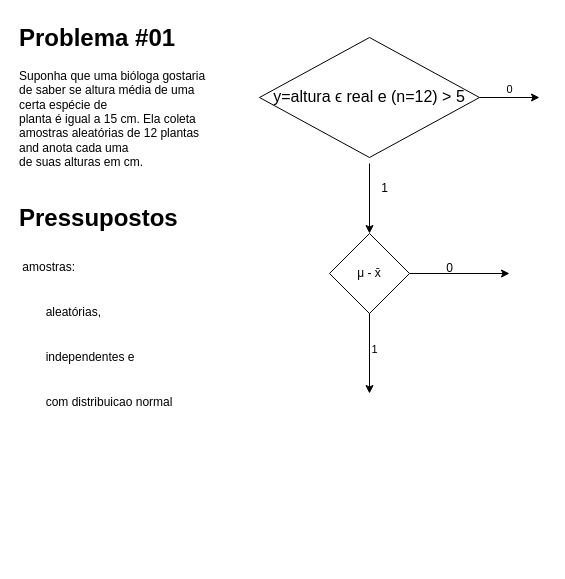
This is diagrams/Untitled Diagram.drawio from stick35em10/Exemplos_para_os_Testes_de_Hip-teses, a draw.io file, before an edit. Source tidied: cells renumbered, new cells numbered last; positions are measured from the earlier drawing's top-left corner, leaving out a move shared by most shapes. Both pictures are drawn from the tidied source at 100%, with x=0, y=0 at pixel (17, 17).
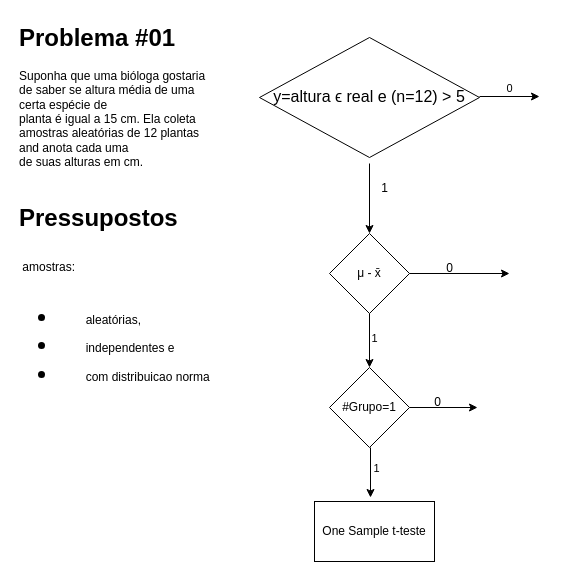
Above is the later version.

The change refers to these unchanged cells:
```xml
<mxCell id="7" value="μ - x̄" style="rhombus;whiteSpace=wrap;html=1;" parent="1" vertex="1">
  <mxGeometry x="312" y="216" width="80" height="80" as="geometry" />
</mxCell>
```

Diff of the diagram source:
```diff
@@
     <mxCell id="3" style="endArrow=classic;html=1;rounded=0;exitX=1;exitY=0.5;exitDx=0;exitDy=0;" parent="1" edge="1">
       <mxGeometry relative="1" as="geometry">
-        <mxPoint x="462" y="80" as="sourcePoint" />
-        <mxPoint x="522" y="80" as="targetPoint" />
+        <mxPoint x="462" y="79" as="sourcePoint" />
+        <mxPoint x="522" y="79" as="targetPoint" />
       </mxGeometry>
     </mxCell>
@@
     <mxCell id="10" style="endArrow=classic;html=1;rounded=0;exitX=0.5;exitY=1;exitDx=0;exitDy=0;" parent="1" edge="1" source="7">
       <mxGeometry relative="1" as="geometry">
-        <mxPoint x="352" y="376" as="targetPoint" />
+        <mxPoint x="352" y="350" as="targetPoint" />
       </mxGeometry>
     </mxCell>
@@
-    <mxCell id="13" value="&lt;h1 style=&quot;margin-top: 0px;&quot;&gt;Pressupostos&lt;/h1&gt;&lt;h1 style=&quot;margin-top: 0px;&quot;&gt;&lt;span style=&quot;background-color: transparent; color: light-dark(rgb(0, 0, 0), rgb(255, 255, 255)); font-size: 12px; font-weight: normal;&quot;&gt;&amp;nbsp;amostras:&amp;nbsp;&lt;/span&gt;&lt;/h1&gt;&lt;h1 style=&quot;margin-top: 0px;&quot;&gt;&lt;span style=&quot;background-color: transparent; color: light-dark(rgb(0, 0, 0), rgb(255, 255, 255)); font-size: 12px; font-weight: normal;&quot;&gt;&lt;span style=&quot;white-space: pre;&quot;&gt;&#9;&lt;/span&gt;aleatórias,&amp;nbsp;&lt;/span&gt;&lt;/h1&gt;&lt;h1 style=&quot;margin-top: 0px;&quot;&gt;&lt;span style=&quot;background-color: transparent; color: light-dark(rgb(0, 0, 0), rgb(255, 255, 255)); font-size: 12px; font-weight: normal;&quot;&gt;&lt;span style=&quot;white-space: pre;&quot;&gt;&#9;&lt;/span&gt;independentes e&amp;nbsp;&lt;/span&gt;&lt;/h1&gt;&lt;h1 style=&quot;margin-top: 0px;&quot;&gt;&lt;span style=&quot;background-color: transparent; color: light-dark(rgb(0, 0, 0), rgb(255, 255, 255)); font-size: 12px; font-weight: normal;&quot;&gt;&lt;span style=&quot;white-space: pre;&quot;&gt;&#9;&lt;/span&gt;com distribuicao normal&lt;br&gt;&lt;/span&gt;&lt;/h1&gt;&lt;div&gt;&lt;span style=&quot;background-color: transparent; color: light-dark(rgb(0, 0, 0), rgb(255, 255, 255)); font-size: 12px; font-weight: normal;&quot;&gt;&lt;br&gt;&lt;/span&gt;&lt;/div&gt;" style="text;html=1;whiteSpace=wrap;overflow=hidden;rounded=0;" parent="1" vertex="1">
-      <mxGeometry y="180" width="200" height="230" as="geometry" />
+    <mxCell id="13" value="&lt;h1 style=&quot;margin-top: 0px;&quot;&gt;Pressupostos&lt;/h1&gt;&lt;h1 style=&quot;margin-top: 0px;&quot;&gt;&lt;span style=&quot;background-color: transparent; color: light-dark(rgb(0, 0, 0), rgb(255, 255, 255)); font-size: 12px; font-weight: normal;&quot;&gt;&amp;nbsp;amostras:&amp;nbsp;&lt;/span&gt;&lt;/h1&gt;&lt;h1 style=&quot;margin-top: 0px;&quot;&gt;&lt;ul&gt;&lt;li&gt;&lt;span style=&quot;background-color: transparent; color: light-dark(rgb(0, 0, 0), rgb(255, 255, 255)); font-size: 12px; font-weight: normal;&quot;&gt;&lt;span style=&quot;white-space: pre;&quot;&gt;&#9;&lt;/span&gt;aleatórias,&amp;nbsp;&lt;/span&gt;&lt;/li&gt;&lt;li&gt;&lt;span style=&quot;background-color: transparent; color: light-dark(rgb(0, 0, 0), rgb(255, 255, 255)); font-size: 12px; font-weight: normal;&quot;&gt;&lt;span style=&quot;white-space: pre;&quot;&gt;&#9;&lt;/span&gt;independentes e&amp;nbsp;&lt;/span&gt;&lt;/li&gt;&lt;li&gt;&lt;span style=&quot;background-color: transparent; color: light-dark(rgb(0, 0, 0), rgb(255, 255, 255)); font-size: 12px; font-weight: normal;&quot;&gt;&lt;span style=&quot;white-space: pre;&quot;&gt;&#9;&lt;/span&gt;com distribuicao norma&lt;/span&gt;&lt;/li&gt;&lt;/ul&gt;&lt;/h1&gt;" style="text;html=1;whiteSpace=wrap;overflow=hidden;rounded=0;" parent="1" vertex="1">
+      <mxGeometry y="180" width="200" height="190" as="geometry" />
     </mxCell>
+    <mxCell id="14" value="#Grupo=1" style="rhombus;whiteSpace=wrap;html=1;" parent="1" vertex="1">
+      <mxGeometry x="312" y="350" width="80" height="80" as="geometry" />
+    </mxCell>
+    <mxCell id="15" style="endArrow=classic;html=1;rounded=0;" parent="1" edge="1">
+      <mxGeometry relative="1" as="geometry">
+        <mxPoint x="392" y="390" as="sourcePoint" />
+        <mxPoint x="460" y="390" as="targetPoint" />
+      </mxGeometry>
+    </mxCell>
+    <mxCell id="16" style="endArrow=classic;html=1;rounded=0;exitX=0.475;exitY=1;exitDx=0;exitDy=0;exitPerimeter=0;" parent="1" edge="1">
+      <mxGeometry relative="1" as="geometry">
+        <mxPoint x="353" y="430" as="sourcePoint" />
+        <mxPoint x="353" y="480" as="targetPoint" />
+      </mxGeometry>
+    </mxCell>
+    <mxCell id="17" value="1" style="edgeLabel;html=1;align=center;verticalAlign=middle;" parent="16" vertex="1">
+      <mxGeometry x="-0.2" y="5" relative="1" as="geometry" />
+    </mxCell>
+    <mxCell id="18" value="0" style="text;html=1;align=center;verticalAlign=middle;strokeColor=none;fillColor=none;" parent="1" vertex="1">
+      <mxGeometry x="405" y="370" width="30" height="30" as="geometry" />
+    </mxCell>
+    <mxCell id="19" value="One Sample t-teste" style="rounded=0;whiteSpace=wrap;html=1;" parent="1" vertex="1">
+      <mxGeometry x="297" y="484" width="120" height="60" as="geometry" />
+    </mxCell>
```
